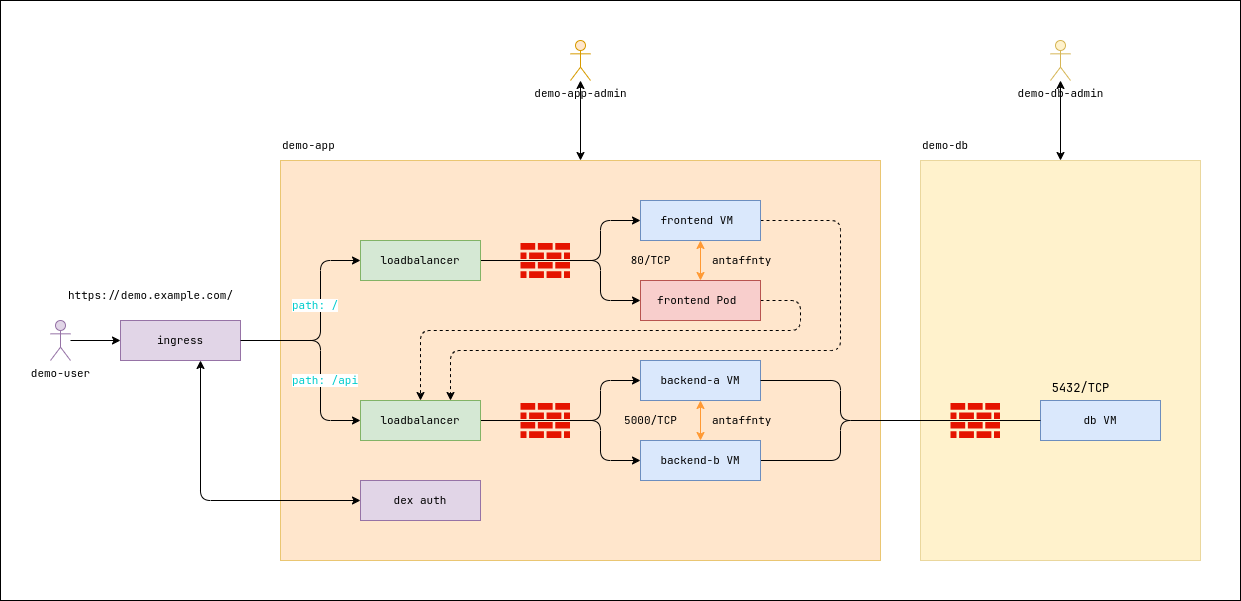
The draw.io diagram demo-app.png in fl64/dvp-demo-app, before a commit. Source tidied: cells renumbered, new cells last; positions are measured from the earlier drawing's top-left corner, leaving out a move shared by most shapes.
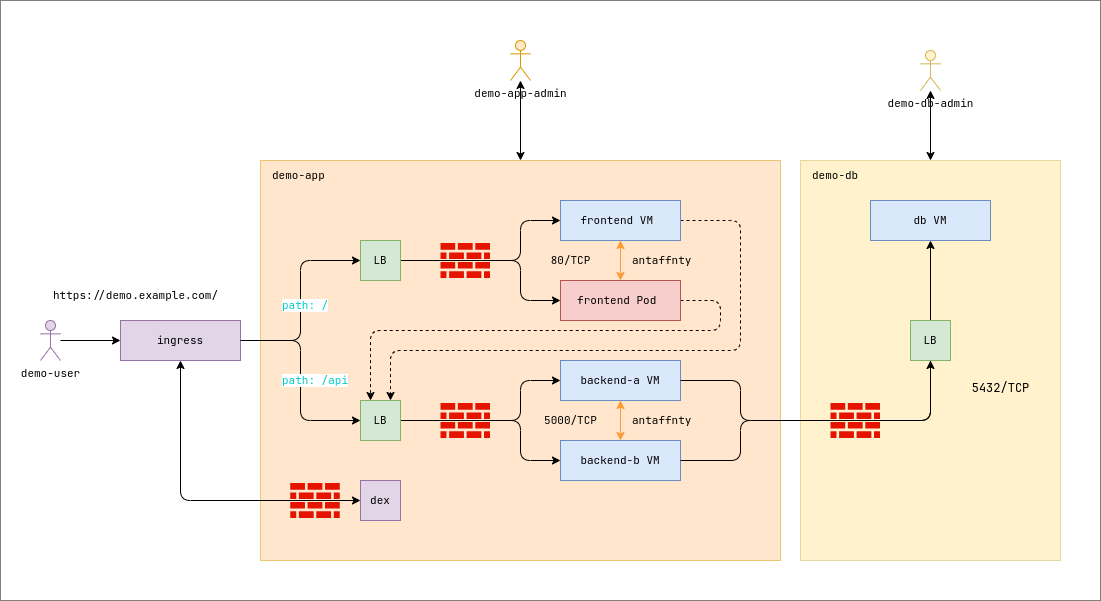
After the commit.

What changed in the source:
```diff
@@ -2,41 +2,41 @@
   <root>
     <mxCell id="0" />
     <mxCell id="1" parent="0" />
-    <mxCell id="2" style="rounded=0;whiteSpace=wrap;html=1;" parent="1" vertex="1">
-      <mxGeometry width="1240" height="600" as="geometry" />
+    <mxCell id="2" style="rounded=0;whiteSpace=wrap;html=1;opacity=50;" parent="1" vertex="1">
+      <mxGeometry x="80" width="1100" height="600" as="geometry" />
     </mxCell>
     <mxCell id="3" style="rounded=0;whiteSpace=wrap;html=1;fillColor=#ffe6cc;fontFamily=JetBrains Mono;fontSource=https%3A%2F%2Ffonts.googleapis.com%2Fcss%3Ffamily%3DJetBrains%2BMono;fontSize=11;strokeWidth=1;dashed=1;dashPattern=1 1;strokeColor=#d79b00;" parent="1" vertex="1">
-      <mxGeometry x="280" y="160" width="600" height="400" as="geometry" />
+      <mxGeometry x="340" y="160" width="520" height="400" as="geometry" />
     </mxCell>
     <mxCell id="4" value="demo-app" style="text;html=1;align=left;verticalAlign=middle;strokeColor=none;fillColor=none;fontFamily=JetBrains Mono;fontSource=https%3A%2F%2Ffonts.googleapis.com%2Fcss%3Ffamily%3DJetBrains%2BMono;fontSize=11;strokeWidth=1;" parent="1" vertex="1">
-      <mxGeometry x="280" y="130" width="80" height="30" as="geometry" />
+      <mxGeometry x="349.5" y="160" width="80" height="30" as="geometry" />
     </mxCell>
     <mxCell id="5" style="edgeStyle=orthogonalEdgeStyle;html=1;exitX=1;exitY=0.5;exitDx=0;exitDy=0;fontFamily=JetBrains Mono;fontSource=https%3A%2F%2Ffonts.googleapis.com%2Fcss%3Ffamily%3DJetBrains%2BMono;fontSize=11;strokeWidth=1;entryX=0;entryY=0.5;entryDx=0;entryDy=0;" parent="1" edge="1" source="6" target="13">
       <mxGeometry relative="1" as="geometry">
         <Array as="points">
-          <mxPoint x="320" y="340" />
-          <mxPoint x="320" y="260" />
+          <mxPoint x="380" y="340" />
+          <mxPoint x="380" y="260" />
         </Array>
       </mxGeometry>
     </mxCell>
     <mxCell id="6" value="ingress" style="rounded=0;whiteSpace=wrap;html=1;fontFamily=JetBrains Mono;fontSource=https%3A%2F%2Ffonts.googleapis.com%2Fcss%3Ffamily%3DJetBrains%2BMono;fillColor=#e1d5e7;fontSize=11;strokeWidth=1;strokeColor=#9673a6;" parent="1" vertex="1">
-      <mxGeometry x="120" y="320" width="120" height="40" as="geometry" />
+      <mxGeometry x="200" y="320" width="120" height="40" as="geometry" />
     </mxCell>
-    <mxCell id="7" style="edgeStyle=orthogonalEdgeStyle;html=1;exitX=0;exitY=0.5;exitDx=0;exitDy=0;fontFamily=JetBrains Mono;fontSource=https%3A%2F%2Ffonts.googleapis.com%2Fcss%3Ffamily%3DJetBrains%2BMono;fontSize=11;strokeWidth=1;startArrow=classic;startFill=1;" parent="1" edge="1" source="8" target="6">
+    <mxCell id="7" style="edgeStyle=orthogonalEdgeStyle;html=1;exitX=0;exitY=0.5;exitDx=0;exitDy=0;fontFamily=JetBrains Mono;fontSource=https%3A%2F%2Ffonts.googleapis.com%2Fcss%3Ffamily%3DJetBrains%2BMono;fontSize=11;strokeWidth=1;startArrow=classic;startFill=1;entryX=0.5;entryY=1;entryDx=0;entryDy=0;" parent="1" edge="1" source="8" target="6">
       <mxGeometry relative="1" as="geometry">
         <Array as="points">
-          <mxPoint x="200" y="500" />
+          <mxPoint x="260" y="500" />
         </Array>
       </mxGeometry>
     </mxCell>
-    <mxCell id="8" value="dex auth" style="rounded=0;whiteSpace=wrap;html=1;fontFamily=JetBrains Mono;fontSource=https%3A%2F%2Ffonts.googleapis.com%2Fcss%3Ffamily%3DJetBrains%2BMono;fillColor=#e1d5e7;fontSize=11;strokeWidth=1;strokeColor=#9673a6;" parent="1" vertex="1">
-      <mxGeometry x="360" y="480" width="120" height="40" as="geometry" />
+    <mxCell id="8" value="dex" style="rounded=0;whiteSpace=wrap;html=1;fontFamily=JetBrains Mono;fontSource=https%3A%2F%2Ffonts.googleapis.com%2Fcss%3Ffamily%3DJetBrains%2BMono;fillColor=#e1d5e7;fontSize=11;strokeWidth=1;strokeColor=#9673a6;" parent="1" vertex="1">
+      <mxGeometry x="440" y="480" width="40" height="40" as="geometry" />
     </mxCell>
     <mxCell id="9" style="edgeStyle=none;html=1;fontFamily=JetBrains Mono;fontSource=https%3A%2F%2Ffonts.googleapis.com%2Fcss%3Ffamily%3DJetBrains%2BMono;fontSize=11;strokeWidth=1;" parent="1" edge="1" source="10" target="6">
       <mxGeometry relative="1" as="geometry" />
     </mxCell>
     <mxCell id="10" value="demo-user" style="shape=umlActor;verticalLabelPosition=bottom;verticalAlign=top;html=1;outlineConnect=0;fontFamily=JetBrains Mono;fontSource=https%3A%2F%2Ffonts.googleapis.com%2Fcss%3Ffamily%3DJetBrains%2BMono;fillColor=#e1d5e7;fontSize=11;strokeWidth=1;strokeColor=#9673a6;" parent="1" vertex="1">
-      <mxGeometry x="50" y="320" width="20" height="40" as="geometry" />
+      <mxGeometry x="120" y="320" width="20" height="40" as="geometry" />
     </mxCell>
     <mxCell id="11" style="edgeStyle=orthogonalEdgeStyle;html=1;fontFamily=JetBrains Mono;fontSource=https%3A%2F%2Ffonts.googleapis.com%2Fcss%3Ffamily%3DJetBrains%2BMono;fontSize=11;strokeWidth=1;entryX=0;entryY=0.5;entryDx=0;entryDy=0;" parent="1" edge="1" source="13" target="15">
       <mxGeometry relative="1" as="geometry">
@@ -54,41 +54,33 @@
         </Array>
       </mxGeometry>
     </mxCell>
-    <mxCell id="13" value="loadbalancer" style="rounded=0;whiteSpace=wrap;html=1;fontFamily=JetBrains Mono;fontSource=https%3A%2F%2Ffonts.googleapis.com%2Fcss%3Ffamily%3DJetBrains%2BMono;fillColor=#d5e8d4;fontSize=11;strokeWidth=1;strokeColor=#82b366;" parent="1" vertex="1">
-      <mxGeometry x="360" y="240" width="120" height="40" as="geometry" />
+    <mxCell id="13" value="LB" style="rounded=0;whiteSpace=wrap;html=1;fontFamily=JetBrains Mono;fontSource=https%3A%2F%2Ffonts.googleapis.com%2Fcss%3Ffamily%3DJetBrains%2BMono;fillColor=#d5e8d4;fontSize=11;strokeWidth=1;strokeColor=#82b366;" parent="1" vertex="1">
+      <mxGeometry x="440" y="240" width="40" height="40" as="geometry" />
     </mxCell>
     <mxCell id="14" style="edgeStyle=orthogonalEdgeStyle;html=1;exitX=1;exitY=0.5;exitDx=0;exitDy=0;strokeWidth=1;fontFamily=JetBrains Mono;fontSource=https%3A%2F%2Ffonts.googleapis.com%2Fcss%3Ffamily%3DJetBrains%2BMono;fontSize=11;dashed=1;entryX=0.75;entryY=0;entryDx=0;entryDy=0;" parent="1" edge="1" source="15" target="32">
       <mxGeometry relative="1" as="geometry">
         <Array as="points">
-          <mxPoint x="840" y="220" />
-          <mxPoint x="840" y="350" />
-          <mxPoint x="450" y="350" />
+          <mxPoint x="820" y="220" />
+          <mxPoint x="820" y="350" />
+          <mxPoint x="470" y="350" />
         </Array>
       </mxGeometry>
     </mxCell>
     <mxCell id="15" value="frontend VM&amp;nbsp;" style="rounded=0;whiteSpace=wrap;html=1;fontFamily=JetBrains Mono;fontSource=https%3A%2F%2Ffonts.googleapis.com%2Fcss%3Ffamily%3DJetBrains%2BMono;fillColor=#dae8fc;fontSize=11;strokeWidth=1;strokeColor=#6c8ebf;" parent="1" vertex="1">
       <mxGeometry x="640" y="200" width="120" height="40" as="geometry" />
     </mxCell>
-    <mxCell id="16" style="edgeStyle=orthogonalEdgeStyle;html=1;exitX=1;exitY=0.5;exitDx=0;exitDy=0;entryX=0.5;entryY=0;entryDx=0;entryDy=0;strokeWidth=1;fontFamily=JetBrains Mono;fontSource=https%3A%2F%2Ffonts.googleapis.com%2Fcss%3Ffamily%3DJetBrains%2BMono;fontSize=11;dashed=1;" parent="1" edge="1" source="17" target="32">
+    <mxCell id="16" style="edgeStyle=orthogonalEdgeStyle;html=1;exitX=1;exitY=0.5;exitDx=0;exitDy=0;entryX=0.25;entryY=0;entryDx=0;entryDy=0;strokeWidth=1;fontFamily=JetBrains Mono;fontSource=https%3A%2F%2Ffonts.googleapis.com%2Fcss%3Ffamily%3DJetBrains%2BMono;fontSize=11;dashed=1;" parent="1" edge="1" source="17" target="32">
       <mxGeometry relative="1" as="geometry">
         <Array as="points">
           <mxPoint x="800" y="300" />
           <mxPoint x="800" y="330" />
-          <mxPoint x="420" y="330" />
+          <mxPoint x="450" y="330" />
         </Array>
       </mxGeometry>
     </mxCell>
     <mxCell id="17" value="frontend Pod&amp;nbsp;" style="rounded=0;whiteSpace=wrap;html=1;fontFamily=JetBrains Mono;fontSource=https%3A%2F%2Ffonts.googleapis.com%2Fcss%3Ffamily%3DJetBrains%2BMono;fillColor=#f8cecc;fontSize=11;strokeWidth=1;strokeColor=#b85450;" parent="1" vertex="1">
       <mxGeometry x="640" y="280" width="120" height="40" as="geometry" />
     </mxCell>
-    <mxCell id="18" style="edgeStyle=orthogonalEdgeStyle;html=1;exitX=1;exitY=0.5;exitDx=0;exitDy=0;fontFamily=JetBrains Mono;fontSource=https%3A%2F%2Ffonts.googleapis.com%2Fcss%3Ffamily%3DJetBrains%2BMono;fontSize=11;strokeWidth=1;startArrow=none;" parent="1" edge="1" source="34" target="24">
-      <mxGeometry relative="1" as="geometry">
-        <Array as="points">
-          <mxPoint x="840" y="460" />
-          <mxPoint x="840" y="420" />
-        </Array>
-      </mxGeometry>
-    </mxCell>
     <mxCell id="19" style="edgeStyle=orthogonalEdgeStyle;html=1;exitX=0.5;exitY=1;exitDx=0;exitDy=0;fontSize=11;endArrow=classic;endFill=1;startArrow=classic;startFill=1;strokeColor=#FF9933;fontFamily=JetBrains Mono;fontSource=https%3A%2F%2Ffonts.googleapis.com%2Fcss%3Ffamily%3DJetBrains%2BMono;" parent="1" edge="1" source="20" target="34">
       <mxGeometry relative="1" as="geometry" />
     </mxCell>
@@ -99,19 +91,19 @@
       <mxGeometry relative="1" as="geometry" />
     </mxCell>
     <mxCell id="22" style="rounded=0;whiteSpace=wrap;html=1;fillColor=#fff2cc;fontFamily=JetBrains Mono;fontSource=https%3A%2F%2Ffonts.googleapis.com%2Fcss%3Ffamily%3DJetBrains%2BMono;fontSize=11;strokeWidth=1;dashed=1;dashPattern=1 1;strokeColor=#d6b656;" parent="1" vertex="1">
-      <mxGeometry x="920" y="160" width="280" height="400" as="geometry" />
+      <mxGeometry x="880" y="160" width="260" height="400" as="geometry" />
     </mxCell>
     <mxCell id="23" value="demo-db" style="text;html=1;align=left;verticalAlign=middle;strokeColor=none;fillColor=none;fontFamily=JetBrains Mono;fontSource=https%3A%2F%2Ffonts.googleapis.com%2Fcss%3Ffamily%3DJetBrains%2BMono;fontSize=11;strokeWidth=1;" parent="1" vertex="1">
-      <mxGeometry x="920" y="130" width="70" height="30" as="geometry" />
+      <mxGeometry x="889.5" y="160" width="70" height="30" as="geometry" />
     </mxCell>
     <mxCell id="24" value="db VM" style="rounded=0;whiteSpace=wrap;html=1;fontFamily=JetBrains Mono;fontSource=https%3A%2F%2Ffonts.googleapis.com%2Fcss%3Ffamily%3DJetBrains%2BMono;fillColor=#dae8fc;fontSize=11;strokeWidth=1;strokeColor=#6c8ebf;" parent="1" vertex="1">
-      <mxGeometry x="1040" y="400" width="120" height="40" as="geometry" />
+      <mxGeometry x="950" y="200" width="120" height="40" as="geometry" />
     </mxCell>
     <mxCell id="25" value="https://demo.example.com/" style="text;html=1;align=center;verticalAlign=middle;strokeColor=none;fillColor=none;fontSize=11;fontFamily=JetBrains Mono;strokeWidth=1;fontSource=https%3A%2F%2Ffonts.googleapis.com%2Fcss%3Ffamily%3DJetBrains%2BMono;" parent="1" vertex="1">
-      <mxGeometry x="55" y="280" width="190" height="30" as="geometry" />
+      <mxGeometry x="120" y="280" width="190" height="30" as="geometry" />
     </mxCell>
     <mxCell id="26" style="verticalLabelPosition=bottom;sketch=0;html=1;fillColor=#e51400;strokeColor=#B20000;verticalAlign=top;align=center;shape=mxgraph.cisco_safe.security_icons.firewall;strokeWidth=1;fontFamily=JetBrains Mono;fontSource=https%3A%2F%2Ffonts.googleapis.com%2Fcss%3Ffamily%3DJetBrains%2BMono;fontSize=11;fontColor=#ffffff;" parent="1" vertex="1">
-      <mxGeometry x="950" y="402.5" width="49.5" height="35" as="geometry" />
+      <mxGeometry x="910" y="402.5" width="49.5" height="35" as="geometry" />
     </mxCell>
     <mxCell id="27" style="verticalLabelPosition=bottom;sketch=0;html=1;fillColor=#e51400;strokeColor=#B20000;verticalAlign=top;align=center;shape=mxgraph.cisco_safe.security_icons.firewall;strokeWidth=1;fontFamily=JetBrains Mono;fontSource=https%3A%2F%2Ffonts.googleapis.com%2Fcss%3Ffamily%3DJetBrains%2BMono;fontSize=11;fontColor=#ffffff;" parent="1" vertex="1">
       <mxGeometry x="520" y="242.5" width="49.5" height="35" as="geometry" />
@@ -122,9 +114,8 @@
     <mxCell id="29" style="edgeStyle=orthogonalEdgeStyle;html=1;exitX=1;exitY=0.5;exitDx=0;exitDy=0;entryX=0;entryY=0.5;entryDx=0;entryDy=0;strokeWidth=1;fontFamily=JetBrains Mono;fontSource=https%3A%2F%2Ffonts.googleapis.com%2Fcss%3Ffamily%3DJetBrains%2BMono;fontSize=11;endArrow=classic;endFill=1;" parent="1" edge="1" source="6" target="32">
       <mxGeometry relative="1" as="geometry">
         <Array as="points">
-          <mxPoint x="240" y="340" />
-          <mxPoint x="320" y="340" />
-          <mxPoint x="320" y="420" />
+          <mxPoint x="380" y="340" />
+          <mxPoint x="380" y="420" />
         </Array>
       </mxGeometry>
     </mxCell>
@@ -144,25 +135,17 @@
         </Array>
       </mxGeometry>
     </mxCell>
-    <mxCell id="32" value="loadbalancer" style="rounded=0;whiteSpace=wrap;html=1;fontFamily=JetBrains Mono;fontSource=https%3A%2F%2Ffonts.googleapis.com%2Fcss%3Ffamily%3DJetBrains%2BMono;fillColor=#d5e8d4;fontSize=11;strokeWidth=1;strokeColor=#82b366;" parent="1" vertex="1">
-      <mxGeometry x="360" y="400" width="120" height="40" as="geometry" />
+    <mxCell id="32" value="LB" style="rounded=0;whiteSpace=wrap;html=1;fontFamily=JetBrains Mono;fontSource=https%3A%2F%2Ffonts.googleapis.com%2Fcss%3Ffamily%3DJetBrains%2BMono;fillColor=#d5e8d4;fontSize=11;strokeWidth=1;strokeColor=#82b366;" parent="1" vertex="1">
+      <mxGeometry x="440" y="400" width="40" height="40" as="geometry" />
     </mxCell>
-    <mxCell id="33" style="edgeStyle=orthogonalEdgeStyle;html=1;exitX=1;exitY=0.5;exitDx=0;exitDy=0;fontFamily=JetBrains Mono;fontSource=https%3A%2F%2Ffonts.googleapis.com%2Fcss%3Ffamily%3DJetBrains%2BMono;fontSize=11;strokeWidth=1;endArrow=none;entryX=0;entryY=0.5;entryDx=0;entryDy=0;" parent="1" edge="1" source="20" target="24">
-      <mxGeometry relative="1" as="geometry">
-        <Array as="points">
-          <mxPoint x="840" y="380" />
-          <mxPoint x="840" y="420" />
-        </Array>
-      </mxGeometry>
-    </mxCell>
     <mxCell id="34" value="backend-b VM" style="rounded=0;whiteSpace=wrap;html=1;fontFamily=JetBrains Mono;fontSource=https%3A%2F%2Ffonts.googleapis.com%2Fcss%3Ffamily%3DJetBrains%2BMono;fillColor=#dae8fc;fontSize=11;strokeWidth=1;strokeColor=#6c8ebf;" parent="1" vertex="1">
       <mxGeometry x="640" y="440" width="120" height="40" as="geometry" />
     </mxCell>
     <mxCell id="35" value="&lt;font style=&quot;font-size: 11px;&quot;&gt;path: /api&lt;/font&gt;" style="text;html=1;align=left;verticalAlign=middle;strokeColor=none;fillColor=none;fontSize=11;fontFamily=JetBrains Mono;fontColor=#00CCCC;fontSource=https%3A%2F%2Ffonts.googleapis.com%2Fcss%3Ffamily%3DJetBrains%2BMono;labelBackgroundColor=default;" parent="1" vertex="1">
-      <mxGeometry x="290" y="365" width="90" height="30" as="geometry" />
+      <mxGeometry x="359.8" y="365" width="90" height="30" as="geometry" />
     </mxCell>
     <mxCell id="36" value="path: /" style="text;html=1;align=left;verticalAlign=middle;strokeColor=none;fillColor=none;fontSize=11;fontFamily=JetBrains Mono;fontColor=#00CCCC;labelBackgroundColor=default;fontSource=https%3A%2F%2Ffonts.googleapis.com%2Fcss%3Ffamily%3DJetBrains%2BMono;" parent="1" vertex="1">
-      <mxGeometry x="290" y="290" width="70" height="30" as="geometry" />
+      <mxGeometry x="359.5" y="290" width="70" height="30" as="geometry" />
     </mxCell>
     <mxCell id="37" value="antaffnty" style="text;html=1;align=left;verticalAlign=middle;strokeColor=none;fillColor=none;fontSize=11;fontFamily=JetBrains Mono;fontSource=https%3A%2F%2Ffonts.googleapis.com%2Fcss%3Ffamily%3DJetBrains%2BMono;" parent="1" vertex="1">
       <mxGeometry x="710" y="405" width="80" height="30" as="geometry" />
@@ -188,10 +171,34 @@
       <mxGeometry relative="1" as="geometry" />
     </mxCell>
     <mxCell id="44" value="demo-app-admin" style="shape=umlActor;verticalLabelPosition=bottom;verticalAlign=top;html=1;outlineConnect=0;fontFamily=JetBrains Mono;fontSource=https%3A%2F%2Ffonts.googleapis.com%2Fcss%3Ffamily%3DJetBrains%2BMono;fillColor=#ffe6cc;fontSize=11;strokeWidth=1;strokeColor=#d79b00;" parent="1" vertex="1">
-      <mxGeometry x="570" y="40" width="20" height="40" as="geometry" />
+      <mxGeometry x="590" y="40" width="20" height="40" as="geometry" />
     </mxCell>
     <mxCell id="45" value="demo-db-admin" style="shape=umlActor;verticalLabelPosition=bottom;verticalAlign=top;html=1;outlineConnect=0;fontFamily=JetBrains Mono;fontSource=https%3A%2F%2Ffonts.googleapis.com%2Fcss%3Ffamily%3DJetBrains%2BMono;fillColor=#fff2cc;fontSize=11;strokeWidth=1;strokeColor=#d6b656;" parent="1" vertex="1">
-      <mxGeometry x="1050" y="40" width="20" height="40" as="geometry" />
+      <mxGeometry x="1000" y="50" width="20" height="40" as="geometry" />
     </mxCell>
+    <mxCell id="46" style="verticalLabelPosition=bottom;sketch=0;html=1;fillColor=#e51400;strokeColor=#B20000;verticalAlign=top;align=center;shape=mxgraph.cisco_safe.security_icons.firewall;strokeWidth=1;fontFamily=JetBrains Mono;fontSource=https%3A%2F%2Ffonts.googleapis.com%2Fcss%3Ffamily%3DJetBrains%2BMono;fontSize=11;fontColor=#ffffff;" parent="1" vertex="1">
+      <mxGeometry x="369.8" y="482.5" width="49.5" height="35" as="geometry" />
+    </mxCell>
+    <mxCell id="18" style="edgeStyle=orthogonalEdgeStyle;html=1;exitX=1;exitY=0.5;exitDx=0;exitDy=0;fontFamily=JetBrains Mono;fontSource=https%3A%2F%2Ffonts.googleapis.com%2Fcss%3Ffamily%3DJetBrains%2BMono;fontSize=11;strokeWidth=1;startArrow=none;" parent="1" edge="1" source="34">
+      <mxGeometry relative="1" as="geometry">
+        <mxPoint x="1010" y="240" as="targetPoint" />
+        <Array as="points">
+          <mxPoint x="820" y="460" />
+          <mxPoint x="820" y="420" />
+        </Array>
+      </mxGeometry>
+    </mxCell>
+    <mxCell id="47" style="edgeStyle=orthogonalEdgeStyle;html=1;exitX=1;exitY=0.5;exitDx=0;exitDy=0;entryX=0.5;entryY=1;entryDx=0;entryDy=0;" parent="1" edge="1" source="20" target="48">
+      <mxGeometry relative="1" as="geometry">
+        <Array as="points">
+          <mxPoint x="820" y="380" />
+          <mxPoint x="820" y="420" />
+          <mxPoint x="1010" y="420" />
+        </Array>
+      </mxGeometry>
+    </mxCell>
+    <mxCell id="48" value="LB" style="rounded=0;whiteSpace=wrap;html=1;fontFamily=JetBrains Mono;fontSource=https%3A%2F%2Ffonts.googleapis.com%2Fcss%3Ffamily%3DJetBrains%2BMono;fillColor=#d5e8d4;fontSize=11;strokeWidth=1;strokeColor=#82b366;" parent="1" vertex="1">
+      <mxGeometry x="990" y="320" width="40" height="40" as="geometry" />
+    </mxCell>
   </root>
 </mxGraphModel>
```
